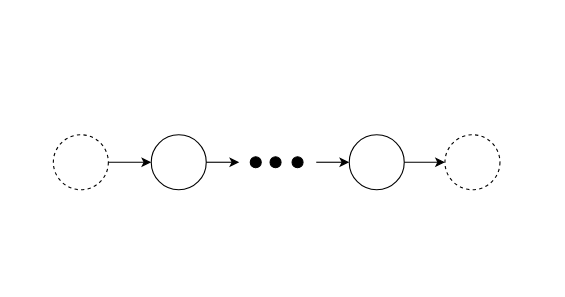
Before: docs/sepia-visualTheory.drawio in josura/c2c-sepia, a draw.io diagram. Source tidied: cells renumbered, new cells numbered last; positions are measured from the earlier drawing's top-left corner, leaving out a move shared by most shapes. Both pictures are drawn from the tidied source at 110%, with x=0, y=0 at pixel (53, 134).
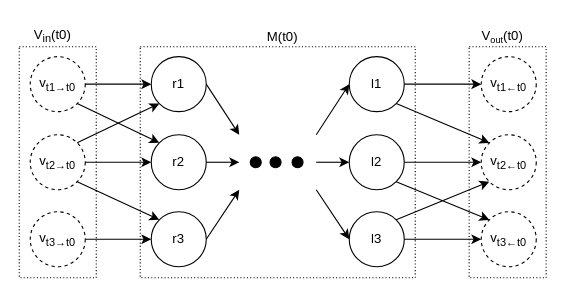
The same diagram, later.

Change to the diagram source:
```diff
@@
+    <mxCell id="13" style="rounded=0;whiteSpace=wrap;html=1;fillColor=none;dashed=1;dashPattern=1 2;" parent="1" vertex="1">
+      <mxGeometry x="-31" y="-80" width="70" height="210" as="geometry" />
+    </mxCell>
@@
+    <mxCell id="14" style="edgeStyle=none;rounded=0;jettySize=auto;html=1;exitX=1;exitY=0;exitDx=0;exitDy=0;entryX=0;entryY=1;entryDx=0;entryDy=0;" parent="1" edge="1" source="3" target="21">
+      <mxGeometry relative="1" as="geometry" />
+    </mxCell>
+    <mxCell id="15" style="edgeStyle=none;rounded=0;jettySize=auto;html=1;exitX=1;exitY=1;exitDx=0;exitDy=0;entryX=0;entryY=0;entryDx=0;entryDy=0;" parent="1" edge="1" source="3" target="25">
+      <mxGeometry relative="1" as="geometry" />
+    </mxCell>
-    <mxCell id="3" style="ellipse;whiteSpace=wrap;html=1;fillColor=none;dashed=1;" parent="1" vertex="1">
-      <mxGeometry width="50" height="50" as="geometry" />
+    <mxCell id="3" value="v&lt;sub&gt;t2&lt;span style=&quot;font-size: 10px;&quot;&gt;→t0&lt;/span&gt;&lt;/sub&gt;" style="ellipse;whiteSpace=wrap;html=1;fillColor=none;dashed=1;" parent="1" vertex="1">
+      <mxGeometry x="-21" width="50" height="50" as="geometry" />
     </mxCell>
@@
-    <mxCell id="5" style="ellipse;whiteSpace=wrap;html=1;fillColor=none;" parent="1" vertex="1">
+    <mxCell id="5" value="r2" style="ellipse;whiteSpace=wrap;html=1;fillColor=none;" parent="1" vertex="1">
       <mxGeometry x="89" width="50" height="50" as="geometry" />
     </mxCell>
-    <mxCell id="6" style="ellipse;whiteSpace=wrap;html=1;fillColor=none;dashed=1;" parent="1" vertex="1">
-      <mxGeometry x="356" width="50" height="50" as="geometry" />
+    <mxCell id="6" value="v&lt;sub&gt;t2&lt;span style=&quot;font-size: 10px;&quot;&gt;←t0&lt;/span&gt;&lt;/sub&gt;" style="ellipse;whiteSpace=wrap;html=1;fillColor=none;dashed=1;" parent="1" vertex="1">
+      <mxGeometry x="389" width="50" height="50" as="geometry" />
     </mxCell>
@@
+    <mxCell id="16" style="edgeStyle=none;rounded=0;jettySize=auto;html=1;exitX=1;exitY=1;exitDx=0;exitDy=0;entryX=0;entryY=0;entryDx=0;entryDy=0;" parent="1" edge="1" source="11" target="30">
+      <mxGeometry relative="1" as="geometry" />
+    </mxCell>
-    <mxCell id="11" style="ellipse;whiteSpace=wrap;html=1;fillColor=none;" parent="1" vertex="1">
+    <mxCell id="11" value="l2" style="ellipse;whiteSpace=wrap;html=1;fillColor=none;" parent="1" vertex="1">
       <mxGeometry x="269" width="50" height="50" as="geometry" />
     </mxCell>
@@
+    <mxCell id="17" style="rounded=0;jettySize=auto;html=1;exitX=1;exitY=0.5;exitDx=0;exitDy=0;entryX=0;entryY=0.5;entryDx=0;entryDy=0;" parent="1" edge="1" source="19" target="21">
+      <mxGeometry relative="1" as="geometry" />
+    </mxCell>
+    <mxCell id="18" style="edgeStyle=none;rounded=0;jettySize=auto;html=1;exitX=1;exitY=1;exitDx=0;exitDy=0;entryX=0;entryY=0;entryDx=0;entryDy=0;" parent="1" edge="1" source="19" target="5">
+      <mxGeometry relative="1" as="geometry" />
+    </mxCell>
+    <mxCell id="19" value="&lt;span style=&quot;font-size: 12px;&quot;&gt;v&lt;/span&gt;&lt;sub&gt;t1&lt;span style=&quot;font-size: 10px;&quot;&gt;→t0&lt;/span&gt;&lt;/sub&gt;" style="ellipse;whiteSpace=wrap;html=1;fillColor=none;dashed=1;" parent="1" vertex="1">
+      <mxGeometry x="-21" y="-71" width="50" height="50" as="geometry" />
+    </mxCell>
+    <mxCell id="20" style="edgeStyle=none;rounded=0;jettySize=auto;html=1;exitX=1;exitY=0.5;exitDx=0;exitDy=0;" parent="1" edge="1" source="21">
+      <mxGeometry relative="1" as="geometry">
+        <mxPoint x="169" as="targetPoint" />
+      </mxGeometry>
+    </mxCell>
+    <mxCell id="21" value="r1" style="ellipse;whiteSpace=wrap;html=1;fillColor=none;" parent="1" vertex="1">
+      <mxGeometry x="89" y="-71" width="50" height="50" as="geometry" />
+    </mxCell>
+    <mxCell id="22" style="rounded=0;jettySize=auto;html=1;exitX=1;exitY=0.5;exitDx=0;exitDy=0;entryX=0;entryY=0.5;entryDx=0;entryDy=0;" parent="1" edge="1" source="23" target="25">
+      <mxGeometry relative="1" as="geometry" />
+    </mxCell>
+    <mxCell id="23" value="v&lt;sub&gt;t3&lt;span style=&quot;font-size: 10px;&quot;&gt;→t0&lt;/span&gt;&lt;/sub&gt;" style="ellipse;whiteSpace=wrap;html=1;fillColor=none;dashed=1;" parent="1" vertex="1">
+      <mxGeometry x="-21" y="70" width="50" height="50" as="geometry" />
+    </mxCell>
+    <mxCell id="24" style="edgeStyle=none;rounded=0;jettySize=auto;html=1;exitX=1;exitY=0.5;exitDx=0;exitDy=0;" parent="1" edge="1" source="25">
+      <mxGeometry relative="1" as="geometry">
+        <mxPoint x="169" y="50" as="targetPoint" />
+      </mxGeometry>
+    </mxCell>
+    <mxCell id="25" value="r3" style="ellipse;whiteSpace=wrap;html=1;fillColor=none;" parent="1" vertex="1">
+      <mxGeometry x="89" y="70" width="50" height="50" as="geometry" />
+    </mxCell>
+    <mxCell id="26" value="v&lt;sub&gt;t1&lt;span style=&quot;font-size: 10px;&quot;&gt;←t0&lt;/span&gt;&lt;/sub&gt;" style="ellipse;whiteSpace=wrap;html=1;fillColor=none;dashed=1;" parent="1" vertex="1">
+      <mxGeometry x="389" y="-71" width="50" height="50" as="geometry" />
+    </mxCell>
+    <mxCell id="27" style="endArrow=classic;html=1;rounded=0;entryX=0;entryY=0.5;entryDx=0;entryDy=0;" parent="1" edge="1" target="26">
+      <mxGeometry relative="1" as="geometry">
+        <mxPoint x="319" y="-46" as="sourcePoint" />
+      </mxGeometry>
+    </mxCell>
+    <mxCell id="28" style="edgeStyle=none;rounded=0;jettySize=auto;html=1;exitX=1;exitY=1;exitDx=0;exitDy=0;entryX=0;entryY=0;entryDx=0;entryDy=0;" parent="1" edge="1" source="29" target="6">
+      <mxGeometry relative="1" as="geometry" />
+    </mxCell>
+    <mxCell id="29" value="l1" style="ellipse;whiteSpace=wrap;html=1;fillColor=none;" parent="1" vertex="1">
+      <mxGeometry x="269" y="-71" width="50" height="50" as="geometry" />
+    </mxCell>
+    <mxCell id="30" value="v&lt;sub&gt;t3&lt;span style=&quot;font-size: 10px;&quot;&gt;←t0&lt;/span&gt;&lt;/sub&gt;" style="ellipse;whiteSpace=wrap;html=1;fillColor=none;dashed=1;" parent="1" vertex="1">
+      <mxGeometry x="389" y="70" width="50" height="50" as="geometry" />
+    </mxCell>
+    <mxCell id="31" style="endArrow=classic;html=1;rounded=0;entryX=0;entryY=0.5;entryDx=0;entryDy=0;" parent="1" edge="1" target="30">
+      <mxGeometry relative="1" as="geometry">
+        <mxPoint x="319" y="95" as="sourcePoint" />
+      </mxGeometry>
+    </mxCell>
+    <mxCell id="32" style="edgeStyle=none;rounded=0;jettySize=auto;html=1;exitX=1;exitY=0;exitDx=0;exitDy=0;entryX=0;entryY=1;entryDx=0;entryDy=0;" parent="1" edge="1" source="33" target="6">
+      <mxGeometry relative="1" as="geometry" />
+    </mxCell>
+    <mxCell id="33" value="l3" style="ellipse;whiteSpace=wrap;html=1;fillColor=none;" parent="1" vertex="1">
+      <mxGeometry x="269" y="70" width="50" height="50" as="geometry" />
+    </mxCell>
+    <mxCell id="34" style="edgeStyle=none;rounded=0;jettySize=auto;html=1;entryX=0;entryY=0.5;entryDx=0;entryDy=0;" parent="1" edge="1" target="33">
+      <mxGeometry relative="1" as="geometry">
+        <mxPoint x="239" y="50" as="sourcePoint" />
+      </mxGeometry>
+    </mxCell>
+    <mxCell id="35" style="edgeStyle=none;rounded=0;jettySize=auto;html=1;exitX=1;exitY=0.5;exitDx=0;exitDy=0;entryX=0;entryY=0.5;entryDx=0;entryDy=0;" parent="1" edge="1" target="29">
+      <mxGeometry relative="1" as="geometry">
+        <mxPoint x="239" as="sourcePoint" />
+      </mxGeometry>
+    </mxCell>
+    <mxCell id="36" value="V&lt;sub&gt;in&lt;/sub&gt;(t0)" style="text;html=1;align=center;verticalAlign=middle;strokeColor=none;fillColor=none;" parent="1" vertex="1">
+      <mxGeometry x="-31" y="-105" width="60" height="30" as="geometry" />
+    </mxCell>
+    <mxCell id="37" style="rounded=0;whiteSpace=wrap;html=1;fillColor=none;dashed=1;dashPattern=1 2;" parent="1" vertex="1">
+      <mxGeometry x="378" y="-80" width="70" height="210" as="geometry" />
+    </mxCell>
+    <mxCell id="38" value="V&lt;span style=&quot;font-size: 10px;&quot;&gt;&lt;sub&gt;out&lt;/sub&gt;&lt;/span&gt;(t0)" style="text;html=1;align=center;verticalAlign=middle;strokeColor=none;fillColor=none;" parent="1" vertex="1">
+      <mxGeometry x="378" y="-105" width="60" height="30" as="geometry" />
+    </mxCell>
+    <mxCell id="39" style="rounded=0;whiteSpace=wrap;html=1;fillColor=none;dashed=1;dashPattern=1 2;" parent="1" vertex="1">
+      <mxGeometry x="79" y="-80" width="250" height="210" as="geometry" />
+    </mxCell>
+    <mxCell id="40" value="M(t0)" style="text;html=1;align=center;verticalAlign=middle;strokeColor=none;fillColor=none;" parent="1" vertex="1">
+      <mxGeometry x="183" y="-104" width="50" height="30" as="geometry" />
+    </mxCell>
```
